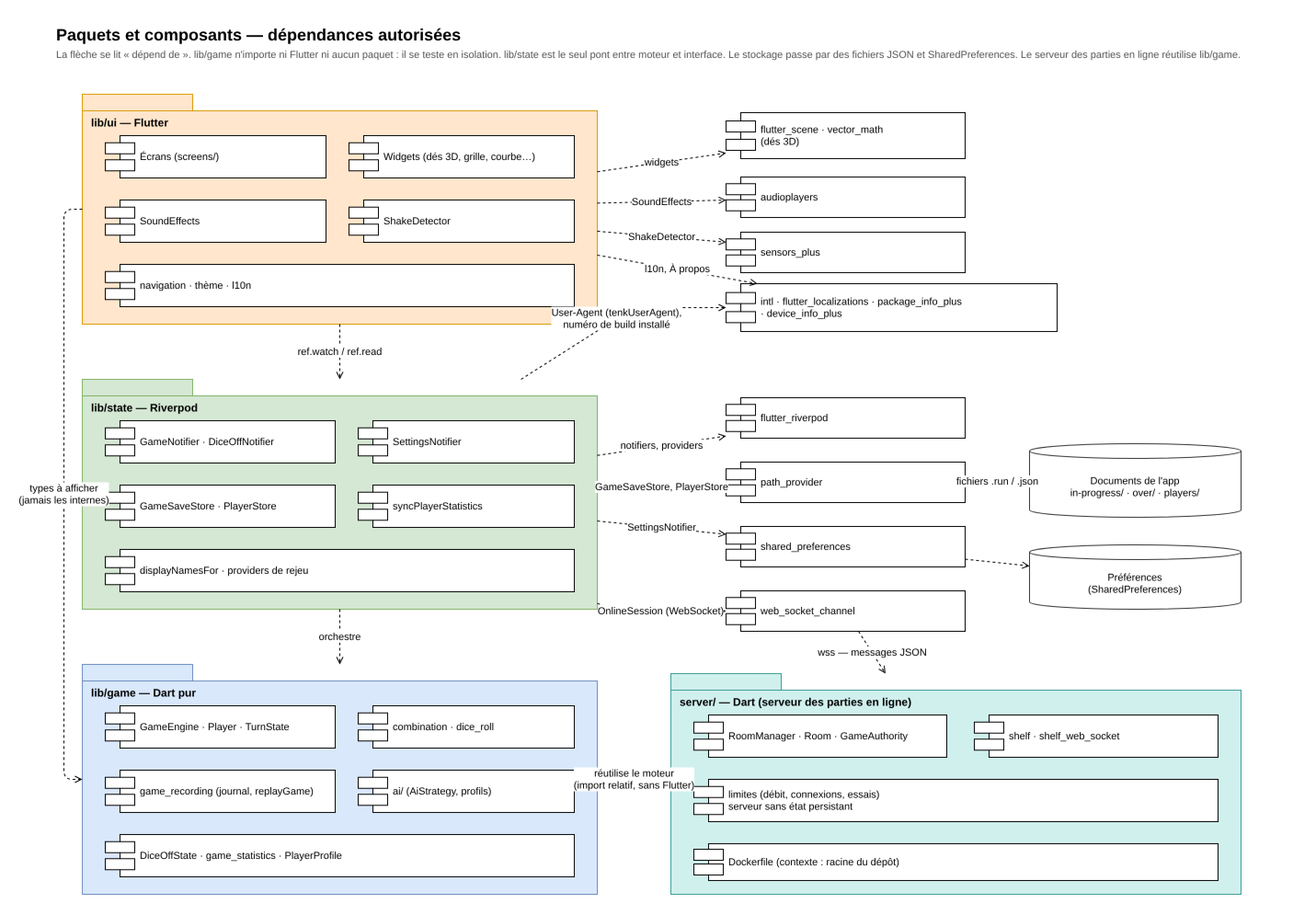
Earlier version of the draw.io export docs/uml/components.png (microscotch/tenk). Source tidied: cells renumbered, new cells last; positions are measured from the earlier drawing's top-left corner, leaving out a move shared by most shapes.
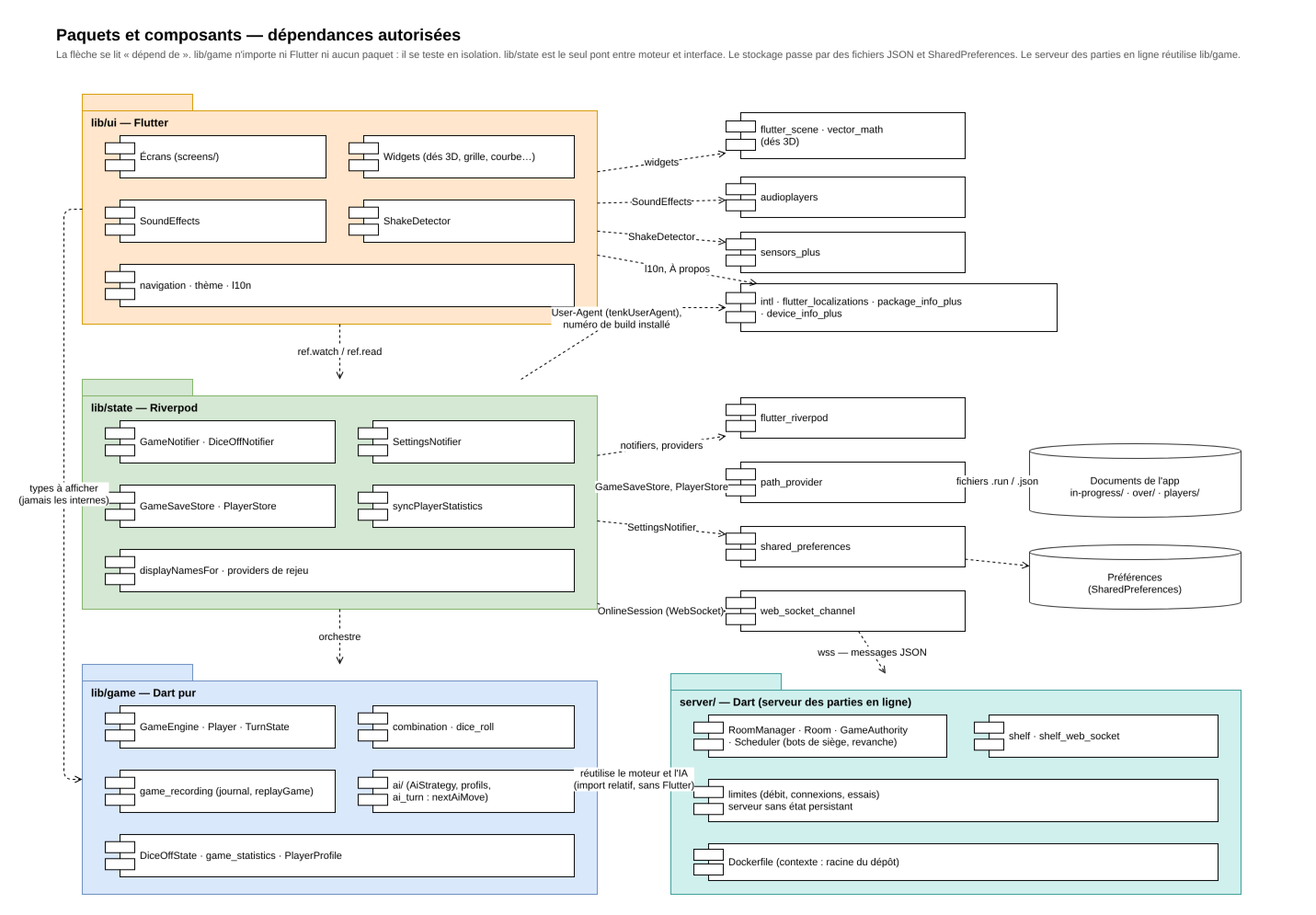
After the commit.

Change to the diagram source:
```diff
@@ -56,7 +56,7 @@
     <mxCell id="19" value="game_recording (journal, replayGame)" style="shape=component;align=left;spacingLeft=36;whiteSpace=wrap;html=1;fontSize=11;" parent="1" vertex="1">
       <mxGeometry x="55" y="817" width="250" height="46" as="geometry" />
     </mxCell>
-    <mxCell id="20" value="ai/ (AiStrategy, profils)" style="shape=component;align=left;spacingLeft=36;whiteSpace=wrap;html=1;fontSize=11;" parent="1" vertex="1">
+    <mxCell id="20" value="ai/ (AiStrategy, profils,&lt;br/&gt;ai_turn : nextAiMove)" style="shape=component;align=left;spacingLeft=36;whiteSpace=wrap;html=1;fontSize=11;" parent="1" vertex="1">
       <mxGeometry x="330" y="817" width="235" height="46" as="geometry" />
     </mxCell>
     <mxCell id="21" value="DiceOffState · game_statistics · PlayerProfile" style="shape=component;align=left;spacingLeft=36;whiteSpace=wrap;html=1;fontSize=11;" parent="1" vertex="1">
@@ -144,7 +144,7 @@
     <mxCell id="44" value="server/ — Dart (serveur des parties en ligne)" style="shape=folder;tabWidth=120;tabHeight=18;tabPosition=left;whiteSpace=wrap;html=1;fontSize=12;fontStyle=1;verticalAlign=top;align=left;spacingLeft=8;spacingTop=18;fillColor=#d0f0ee;strokeColor=#3a9d97;" parent="1" vertex="1">
       <mxGeometry x="670" y="712" width="620" height="240" as="geometry" />
     </mxCell>
-    <mxCell id="45" value="RoomManager · Room · GameAuthority" style="shape=component;align=left;spacingLeft=36;whiteSpace=wrap;html=1;fontSize=11;" parent="1" vertex="1">
+    <mxCell id="45" value="RoomManager · Room · GameAuthority&lt;br/&gt;· Scheduler (bots de siège, revanche)" style="shape=component;align=left;spacingLeft=36;whiteSpace=wrap;html=1;fontSize=11;" parent="1" vertex="1">
       <mxGeometry x="695" y="757" width="275" height="46" as="geometry" />
     </mxCell>
     <mxCell id="46" value="shelf · shelf_web_socket" style="shape=component;align=left;spacingLeft=36;whiteSpace=wrap;html=1;fontSize=11;" parent="1" vertex="1">
@@ -156,7 +156,7 @@
     <mxCell id="48" value="Dockerfile (contexte : racine du dépôt)" style="shape=component;align=left;spacingLeft=36;whiteSpace=wrap;html=1;fontSize=11;" parent="1" vertex="1">
       <mxGeometry x="695" y="897" width="570" height="40" as="geometry" />
     </mxCell>
-    <mxCell id="49" value="réutilise le moteur&lt;br/&gt;(import relatif, sans Flutter)" style="endArrow=open;endFill=0;dashed=1;html=1;fontSize=11;labelBackgroundColor=#ffffff;rounded=1;" parent="1" edge="1" source="44" target="16">
+    <mxCell id="49" value="réutilise le moteur et l'IA&lt;br/&gt;(import relatif, sans Flutter)" style="endArrow=open;endFill=0;dashed=1;html=1;fontSize=11;labelBackgroundColor=#ffffff;rounded=1;" parent="1" edge="1" source="44" target="16">
       <mxGeometry relative="1" as="geometry">
         <Array as="points">
           <mxPoint x="630" y="827" />
```
